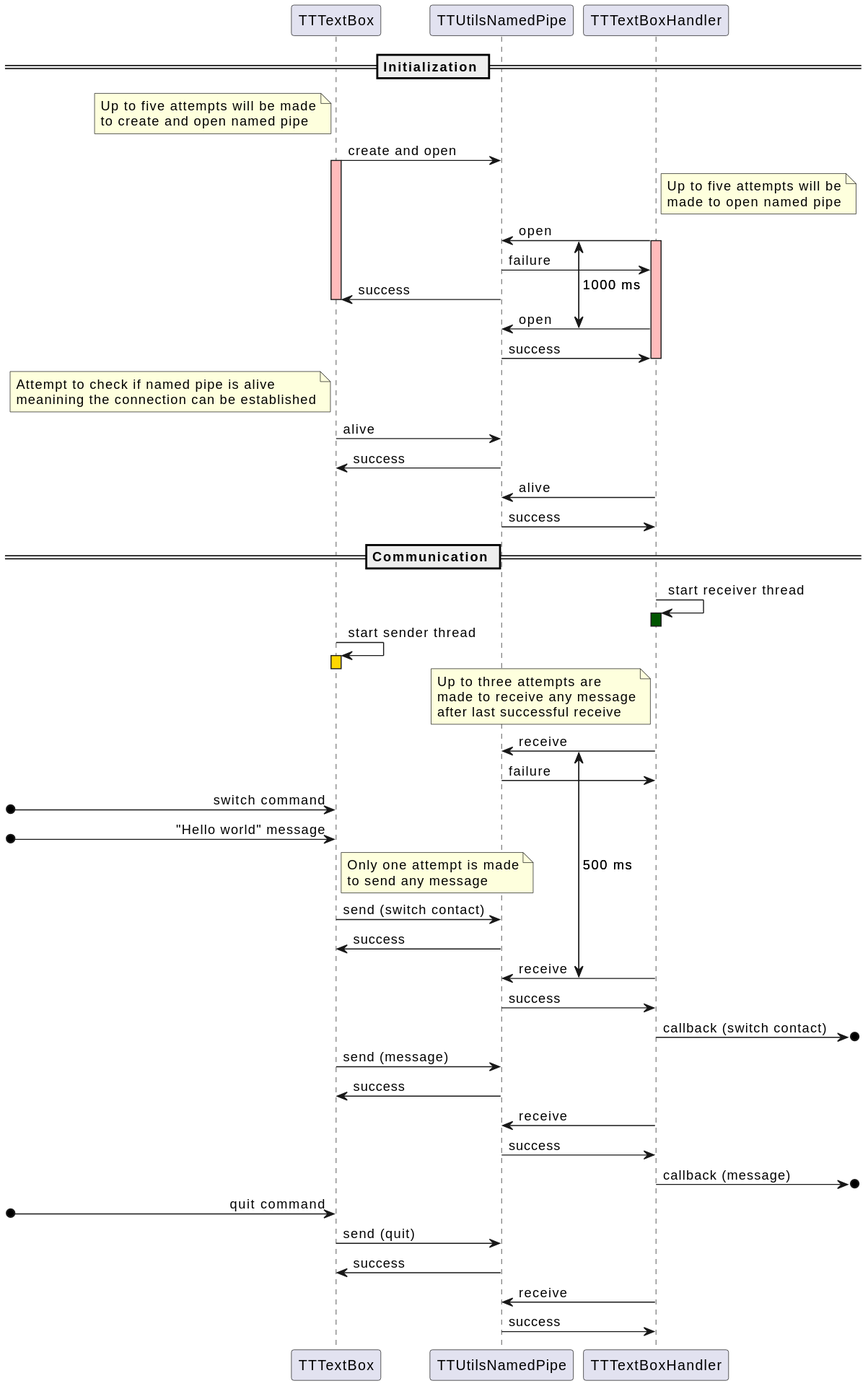
Above: textbox/doc/TTTextBoxCommunication.svg in devmichalek/TerminalTeams (PlantUML), before the change.
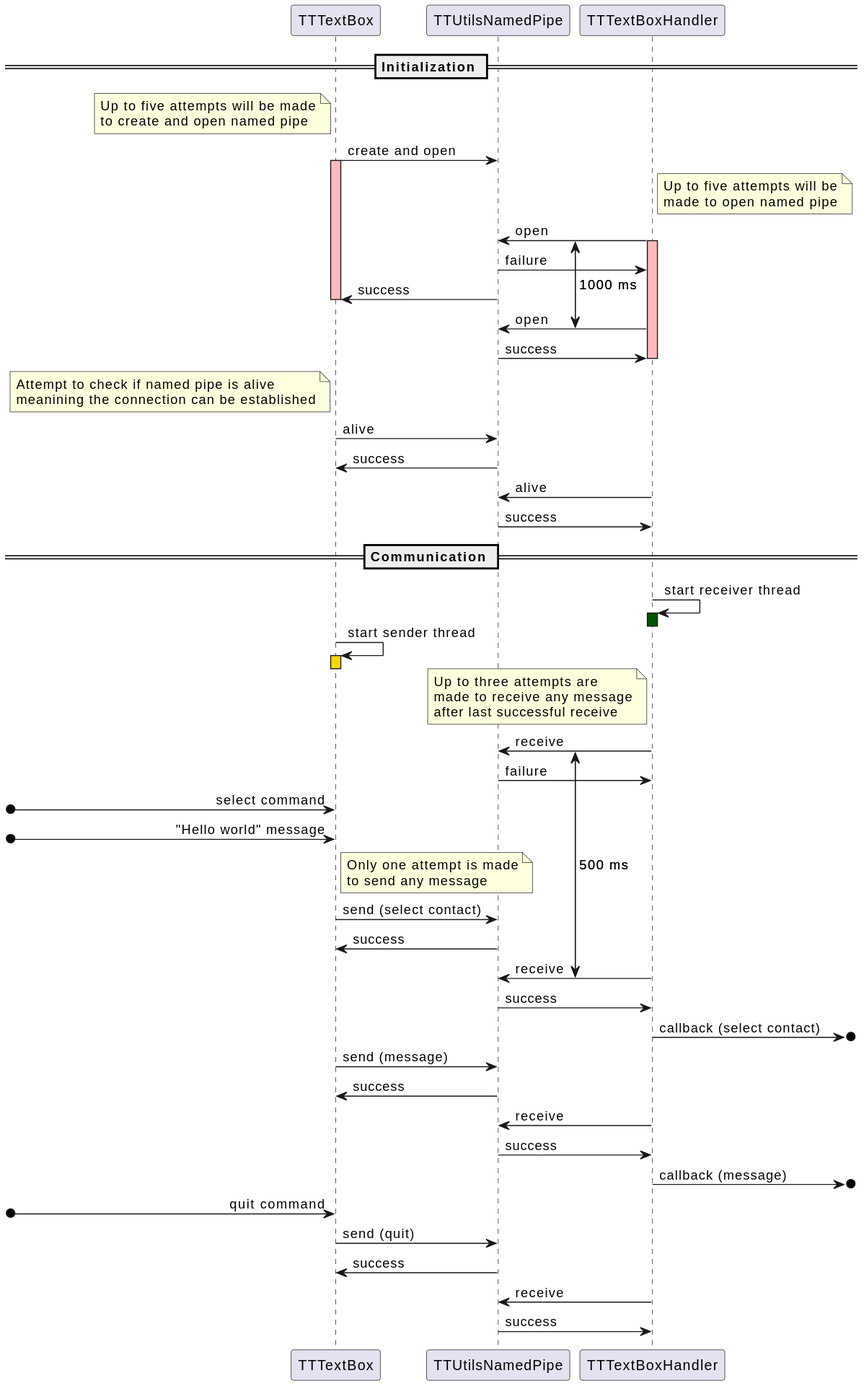
After the commit.

What changed in the source:
```diff
@@ -48,18 +48,18 @@
 end note
 {first_receive} TTTextBoxHandler -> TTUtilsNamedPipe : receive
 TTUtilsNamedPipe -> TTTextBoxHandler : failure
-[o-> TTTextBox : switch command
+[o-> TTTextBox : select command
 [o-> TTTextBox : "Hello world" message
 note right of TTTextBox
 Only one attempt is made
 to send any message
 end note
-TTTextBox -> TTUtilsNamedPipe : send (switch contact)
+TTTextBox -> TTUtilsNamedPipe : send (select contact)
 TTUtilsNamedPipe -> TTTextBox : success
 {second_receive} TTTextBoxHandler -> TTUtilsNamedPipe : receive
 {first_receive} <-> {second_receive} : 500 ms
 TTUtilsNamedPipe -> TTTextBoxHandler : success
-TTTextBoxHandler ->o] : callback (switch contact)
+TTTextBoxHandler ->o] : callback (select contact)
 TTTextBox -> TTUtilsNamedPipe : send (message)
 TTUtilsNamedPipe -> TTTextBox : success
 TTTextBoxHandler -> TTUtilsNamedPipe : receive
```
